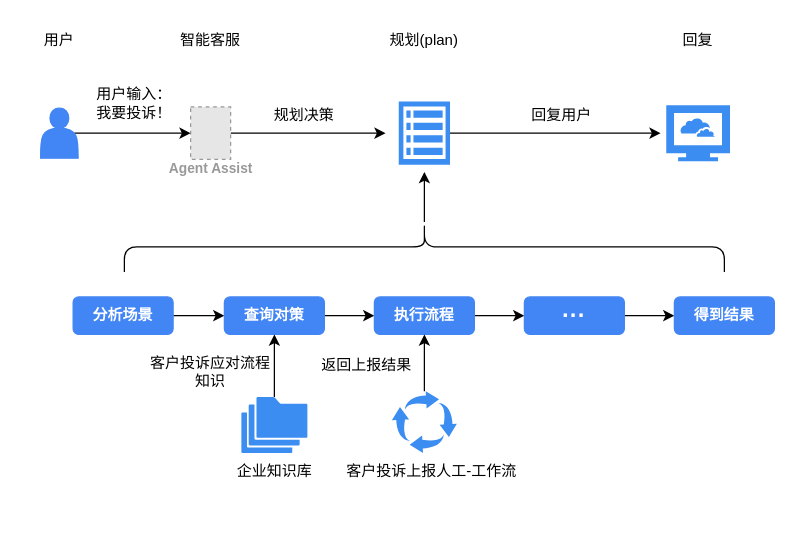
Above: 智能客服助手agent.drawio in Kinokinou/GitShare (draw.io), before the change. Source tidied: cells renumbered, new cells numbered last; positions are measured from the earlier drawing's top-left corner, leaving out a move shared by most shapes. Both pictures are drawn from the tidied source at 125%, with x=0, y=0 at pixel (21, 21). Pictures stored in the file or linked from it are replaced by grey dashed boxes.
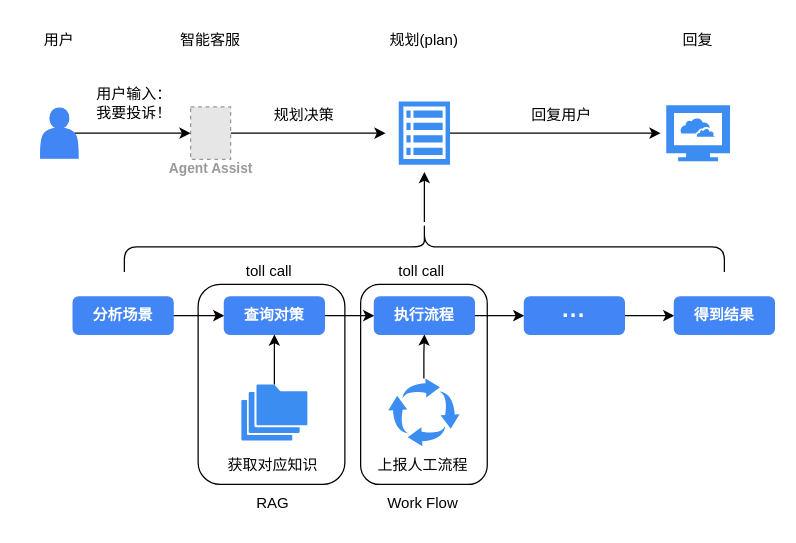
After the change.

Commit message:
更新智能客服助手agent.drawio

What changed in the source:
```diff
@@
+    <mxCell id="35" style="rounded=1;whiteSpace=wrap;html=1;" parent="1" vertex="1">
+      <mxGeometry x="271" y="209.9" width="101.3" height="160.2" as="geometry" />
+    </mxCell>
+    <mxCell id="36" style="rounded=1;whiteSpace=wrap;html=1;" parent="1" vertex="1">
+      <mxGeometry x="141" y="209.9" width="117.4" height="160.2" as="geometry" />
+    </mxCell>
@@
     <mxCell id="28" style="sketch=0;html=1;strokeColor=none;shadow=0;fillColor=#3B8DF1;verticalAlign=top;labelPosition=center;verticalLabelPosition=bottom;shape=mxgraph.gcp2.folders;" parent="1" vertex="1">
-      <mxGeometry x="175.6" y="300" width="52.8" height="44.9" as="geometry" />
+      <mxGeometry x="175.6" y="290" width="52.8" height="44.9" as="geometry" />
     </mxCell>
-    <mxCell id="29" value="企业知识库" style="text;html=1;whiteSpace=wrap;strokeColor=none;fillColor=none;align=center;verticalAlign=middle;rounded=0;" parent="1" vertex="1">
-      <mxGeometry x="163" y="344.9" width="79" height="30" as="geometry" />
+    <mxCell id="29" value="获取对应知识" style="text;html=1;whiteSpace=wrap;strokeColor=none;fillColor=none;align=center;verticalAlign=middle;rounded=0;" parent="1" vertex="1">
+      <mxGeometry x="141" y="340" width="120" height="30" as="geometry" />
     </mxCell>
-    <mxCell id="30" value="客户投诉应对流程知识" style="text;html=1;whiteSpace=wrap;strokeColor=none;fillColor=none;align=center;verticalAlign=middle;rounded=0;" parent="1" vertex="1">
-      <mxGeometry x="101" y="265.4" width="100" height="30" as="geometry" />
-    </mxCell>
@@
     <mxCell id="32" style="sketch=0;html=1;strokeColor=none;shadow=0;fillColor=#3B8DF1;verticalAlign=top;labelPosition=center;verticalLabelPosition=bottom;shape=mxgraph.gcp2.arrows_system;" parent="1" vertex="1">
-      <mxGeometry x="296" y="295.4" width="52" height="49.4" as="geometry" />
+      <mxGeometry x="293.1" y="285.3" width="57" height="54.1" as="geometry" />
     </mxCell>
-    <mxCell id="33" value="客户投诉上报人工-工作流" style="text;html=1;whiteSpace=wrap;strokeColor=none;fillColor=none;align=center;verticalAlign=middle;rounded=0;" parent="1" vertex="1">
-      <mxGeometry x="228.4" y="344.9" width="200" height="30" as="geometry" />
+    <mxCell id="33" value="Work Flow" style="text;html=1;whiteSpace=wrap;strokeColor=none;fillColor=none;align=center;verticalAlign=middle;rounded=0;" parent="1" vertex="1">
+      <mxGeometry x="271" y="370" width="100" height="30" as="geometry" />
     </mxCell>
-    <mxCell id="34" value="返回上报结果" style="text;html=1;whiteSpace=wrap;strokeColor=none;fillColor=none;align=center;verticalAlign=middle;rounded=0;" parent="1" vertex="1">
-      <mxGeometry x="231" y="260" width="90" height="30" as="geometry" />
-    </mxCell>
+    <mxCell id="37" value="toll call" style="text;html=1;whiteSpace=wrap;strokeColor=none;fillColor=none;align=center;verticalAlign=middle;rounded=0;" parent="1" vertex="1">
+      <mxGeometry x="168.4" y="190" width="60" height="20" as="geometry" />
+    </mxCell>
+    <mxCell id="38" value="RAG" style="text;html=1;whiteSpace=wrap;strokeColor=none;fillColor=none;align=center;verticalAlign=middle;rounded=0;" parent="1" vertex="1">
+      <mxGeometry x="141" y="370" width="120" height="30" as="geometry" />
+    </mxCell>
+    <mxCell id="39" value="上报人工流程" style="text;html=1;whiteSpace=wrap;strokeColor=none;fillColor=none;align=center;verticalAlign=middle;rounded=0;" parent="1" vertex="1">
+      <mxGeometry x="271" y="340" width="100" height="30" as="geometry" />
+    </mxCell>
+    <mxCell id="40" value="toll call" style="text;html=1;whiteSpace=wrap;strokeColor=none;fillColor=none;align=center;verticalAlign=middle;rounded=0;" parent="1" vertex="1">
+      <mxGeometry x="290.1" y="190" width="60" height="20" as="geometry" />
+    </mxCell>
```
